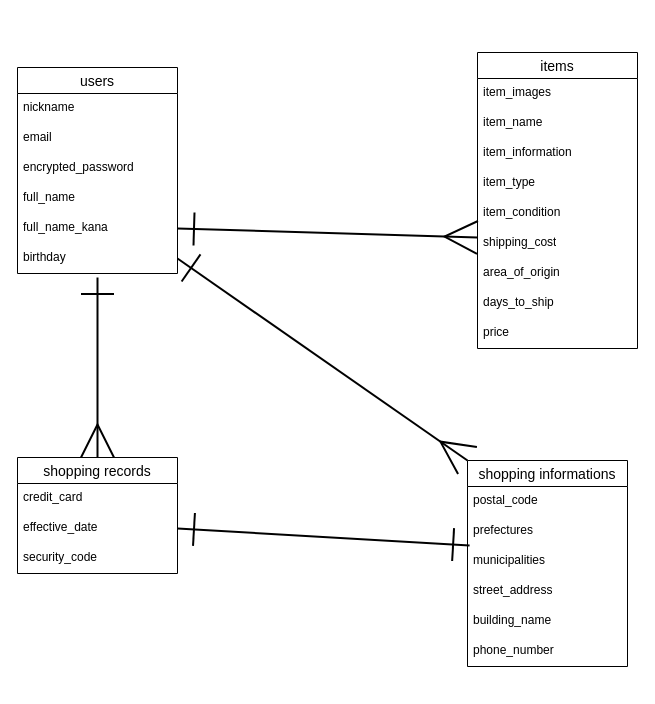
This is test.dio from KANTAPENG/furima-kanta, a draw.io file, before an edit. Source tidied: cells renumbered, new cells numbered last; positions are measured from the earlier drawing's top-left corner, leaving out a move shared by most shapes. Both pictures are drawn from the tidied source at 100%, with x=0, y=0 at pixel (17, 52).
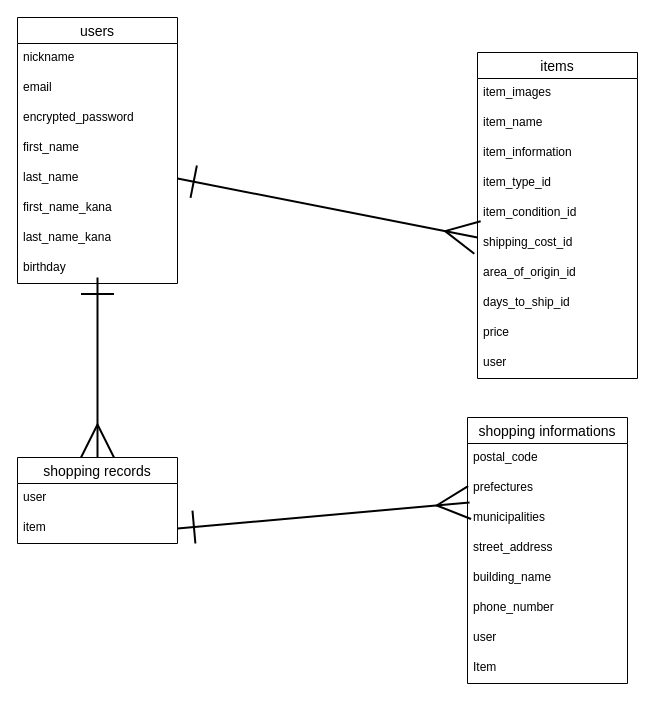
The same diagram, later.

The change refers to these unchanged cells:
```xml
<mxCell id="27" value="municipalities" style="text;strokeColor=none;fillColor=none;spacingLeft=4;spacingRight=4;overflow=hidden;points=[[0,0.5],[1,0.5]];portConstraint=eastwest;fontSize=12;whiteSpace=wrap;html=1;" parent="24" vertex="1">
  <mxGeometry y="86" width="160" height="30" as="geometry" />
</mxCell>
```

Change to the diagram source:
```diff
@@
     <mxCell id="2" value="users" style="swimlane;fontStyle=0;horizontal=1;startSize=26;align=center;fontSize=14;" parent="1" vertex="1">
-      <mxGeometry y="15" width="160" height="206" as="geometry" />
+      <mxGeometry y="-35" width="160" height="266" as="geometry" />
     </mxCell>
@@
-    <mxCell id="6" value="full_name" style="text;strokeColor=none;fillColor=none;spacingLeft=4;spacingRight=4;overflow=hidden;fontSize=12;whiteSpace=wrap;html=1;" parent="2" vertex="1">
+    <mxCell id="6" value="first_name" style="text;strokeColor=none;fillColor=none;spacingLeft=4;spacingRight=4;overflow=hidden;fontSize=12;whiteSpace=wrap;html=1;" parent="2" vertex="1">
       <mxGeometry y="116" width="160" height="30" as="geometry" />
     </mxCell>
-    <mxCell id="7" value="full_name_kana" style="text;strokeColor=none;fillColor=none;spacingLeft=4;spacingRight=4;overflow=hidden;points=[[0,0.5],[1,0.5]];portConstraint=eastwest;fontSize=12;whiteSpace=wrap;html=1;" parent="2" vertex="1">
+    <mxCell id="7" value="last_name" style="text;strokeColor=none;fillColor=none;spacingLeft=4;spacingRight=4;overflow=hidden;points=[[0,0.5],[1,0.5]];portConstraint=eastwest;fontSize=12;whiteSpace=wrap;html=1;" parent="2" vertex="1">
       <mxGeometry y="146" width="160" height="30" as="geometry" />
     </mxCell>
+    <mxCell id="34" value="first_name_kana" style="text;strokeColor=none;fillColor=none;spacingLeft=4;spacingRight=4;overflow=hidden;fontSize=12;whiteSpace=wrap;html=1;" parent="2" vertex="1">
+      <mxGeometry y="176" width="160" height="30" as="geometry" />
+    </mxCell>
+    <mxCell id="35" value="last_name_kana" style="text;strokeColor=none;fillColor=none;spacingLeft=4;spacingRight=4;overflow=hidden;fontSize=12;whiteSpace=wrap;html=1;" parent="2" vertex="1">
+      <mxGeometry y="206" width="160" height="30" as="geometry" />
+    </mxCell>
     <mxCell id="8" value="birthday&lt;div&gt;&lt;br&gt;&lt;/div&gt;" style="text;strokeColor=none;fillColor=none;spacingLeft=4;spacingRight=4;overflow=hidden;points=[[0,0.5],[1,0.5]];portConstraint=eastwest;fontSize=12;whiteSpace=wrap;html=1;" parent="2" vertex="1">
-      <mxGeometry y="176" width="160" height="30" as="geometry" />
+      <mxGeometry y="236" width="160" height="30" as="geometry" />
     </mxCell>
     <mxCell id="9" value="items" style="swimlane;fontStyle=0;horizontal=1;startSize=26;align=center;fontSize=14;" parent="1" vertex="1">
-      <mxGeometry x="460" width="160" height="296" as="geometry" />
+      <mxGeometry x="460" width="160" height="326" as="geometry" />
     </mxCell>
@@
-    <mxCell id="13" value="item_type" style="text;strokeColor=none;fillColor=none;spacingLeft=4;spacingRight=4;overflow=hidden;fontSize=12;whiteSpace=wrap;html=1;" parent="9" vertex="1">
+    <mxCell id="13" value="item_type_id" style="text;strokeColor=none;fillColor=none;spacingLeft=4;spacingRight=4;overflow=hidden;fontSize=12;whiteSpace=wrap;html=1;" parent="9" vertex="1">
       <mxGeometry y="116" width="160" height="30" as="geometry" />
     </mxCell>
-    <mxCell id="14" value="item_condition" style="text;strokeColor=none;fillColor=none;spacingLeft=4;spacingRight=4;overflow=hidden;fontSize=12;whiteSpace=wrap;html=1;" parent="9" vertex="1">
+    <mxCell id="14" value="item_condition_id" style="text;strokeColor=none;fillColor=none;spacingLeft=4;spacingRight=4;overflow=hidden;fontSize=12;whiteSpace=wrap;html=1;" parent="9" vertex="1">
       <mxGeometry y="146" width="160" height="30" as="geometry" />
     </mxCell>
-    <mxCell id="15" value="shipping_cost" style="text;strokeColor=none;fillColor=none;spacingLeft=4;spacingRight=4;overflow=hidden;points=[[0,0.5],[1,0.5]];portConstraint=eastwest;fontSize=12;whiteSpace=wrap;html=1;" parent="9" vertex="1">
+    <mxCell id="15" value="shipping_cost_id" style="text;strokeColor=none;fillColor=none;spacingLeft=4;spacingRight=4;overflow=hidden;points=[[0,0.5],[1,0.5]];portConstraint=eastwest;fontSize=12;whiteSpace=wrap;html=1;" parent="9" vertex="1">
       <mxGeometry y="176" width="160" height="30" as="geometry" />
     </mxCell>
-    <mxCell id="16" value="area_of_origin" style="text;strokeColor=none;fillColor=none;spacingLeft=4;spacingRight=4;overflow=hidden;fontSize=12;whiteSpace=wrap;html=1;" parent="9" vertex="1">
+    <mxCell id="16" value="area_of_origin_id" style="text;strokeColor=none;fillColor=none;spacingLeft=4;spacingRight=4;overflow=hidden;fontSize=12;whiteSpace=wrap;html=1;" parent="9" vertex="1">
       <mxGeometry y="206" width="160" height="30" as="geometry" />
     </mxCell>
-    <mxCell id="17" value="days_to_ship" style="text;strokeColor=none;fillColor=none;spacingLeft=4;spacingRight=4;overflow=hidden;fontSize=12;whiteSpace=wrap;html=1;" parent="9" vertex="1">
+    <mxCell id="17" value="days_to_ship_id" style="text;strokeColor=none;fillColor=none;spacingLeft=4;spacingRight=4;overflow=hidden;fontSize=12;whiteSpace=wrap;html=1;" parent="9" vertex="1">
       <mxGeometry y="236" width="160" height="30" as="geometry" />
     </mxCell>
@@
+    <mxCell id="36" value="user" style="text;strokeColor=none;fillColor=none;spacingLeft=4;spacingRight=4;overflow=hidden;fontSize=12;whiteSpace=wrap;html=1;" parent="9" vertex="1">
+      <mxGeometry y="296" width="160" height="30" as="geometry" />
+    </mxCell>
@@
     <mxCell id="20" value="shopping records" style="swimlane;fontStyle=0;horizontal=1;startSize=26;align=center;fontSize=14;" parent="1" vertex="1">
-      <mxGeometry y="405" width="160" height="116" as="geometry" />
+      <mxGeometry y="405" width="160" height="86" as="geometry" />
     </mxCell>
-    <mxCell id="21" value="credit_card" style="text;strokeColor=none;fillColor=none;spacingLeft=4;spacingRight=4;overflow=hidden;fontSize=12;whiteSpace=wrap;html=1;" parent="20" vertex="1">
+    <mxCell id="21" value="user" style="text;strokeColor=none;fillColor=none;spacingLeft=4;spacingRight=4;overflow=hidden;fontSize=12;whiteSpace=wrap;html=1;" parent="20" vertex="1">
       <mxGeometry y="26" width="160" height="30" as="geometry" />
     </mxCell>
-    <mxCell id="22" value="effective_date" style="text;strokeColor=none;fillColor=none;spacingLeft=4;spacingRight=4;overflow=hidden;points=[[0,0.5],[1,0.5]];portConstraint=eastwest;fontSize=12;whiteSpace=wrap;html=1;" parent="20" vertex="1">
+    <mxCell id="22" value="item" style="text;strokeColor=none;fillColor=none;spacingLeft=4;spacingRight=4;overflow=hidden;points=[[0,0.5],[1,0.5]];portConstraint=eastwest;fontSize=12;whiteSpace=wrap;html=1;" parent="20" vertex="1">
       <mxGeometry y="56" width="160" height="30" as="geometry" />
     </mxCell>
-    <mxCell id="23" value="security_code" style="text;strokeColor=none;fillColor=none;spacingLeft=4;spacingRight=4;overflow=hidden;fontSize=12;whiteSpace=wrap;html=1;" parent="20" vertex="1">
-      <mxGeometry y="86" width="160" height="30" as="geometry" />
-    </mxCell>
     <mxCell id="24" value="shopping informations" style="swimlane;fontStyle=0;horizontal=1;startSize=26;align=center;fontSize=14;" parent="1" vertex="1">
-      <mxGeometry x="450" y="408" width="160" height="206" as="geometry" />
+      <mxGeometry x="450" y="365" width="160" height="266" as="geometry" />
     </mxCell>
@@
+    <mxCell id="37" value="user" style="text;strokeColor=none;fillColor=none;spacingLeft=4;spacingRight=4;overflow=hidden;fontSize=12;whiteSpace=wrap;html=1;" parent="24" vertex="1">
+      <mxGeometry y="206" width="160" height="30" as="geometry" />
+    </mxCell>
+    <mxCell id="38" value="Item" style="text;strokeColor=none;fillColor=none;spacingLeft=4;spacingRight=4;overflow=hidden;fontSize=12;whiteSpace=wrap;html=1;" parent="24" vertex="1">
+      <mxGeometry y="236" width="160" height="30" as="geometry" />
+    </mxCell>
@@
-    <mxCell id="32" style="edgeStyle=none;html=1;exitX=1;exitY=0.5;exitDx=0;exitDy=0;entryX=0;entryY=0;entryDx=0;entryDy=0;startArrow=ERone;startFill=0;endArrow=ERmany;endFill=0;strokeWidth=2;endSize=30;startSize=30;" parent="1" edge="1" source="8" target="24">
-      <mxGeometry relative="1" as="geometry" />
-    </mxCell>
-    <mxCell id="33" style="edgeStyle=none;html=1;exitX=1;exitY=0.5;exitDx=0;exitDy=0;entryX=0.013;entryY=-0.033;entryDx=0;entryDy=0;entryPerimeter=0;startArrow=ERone;startFill=0;endArrow=ERone;endFill=0;strokeWidth=2;endSize=30;startSize=30;" parent="1" edge="1" source="22" target="27">
+    <mxCell id="33" style="edgeStyle=none;html=1;exitX=1;exitY=0.5;exitDx=0;exitDy=0;entryX=0.013;entryY=-0.033;entryDx=0;entryDy=0;entryPerimeter=0;startArrow=ERone;startFill=0;endArrow=ERmany;endFill=0;strokeWidth=2;endSize=30;startSize=30;" parent="1" edge="1" source="22" target="27">
       <mxGeometry relative="1" as="geometry" />
     </mxCell>
```
